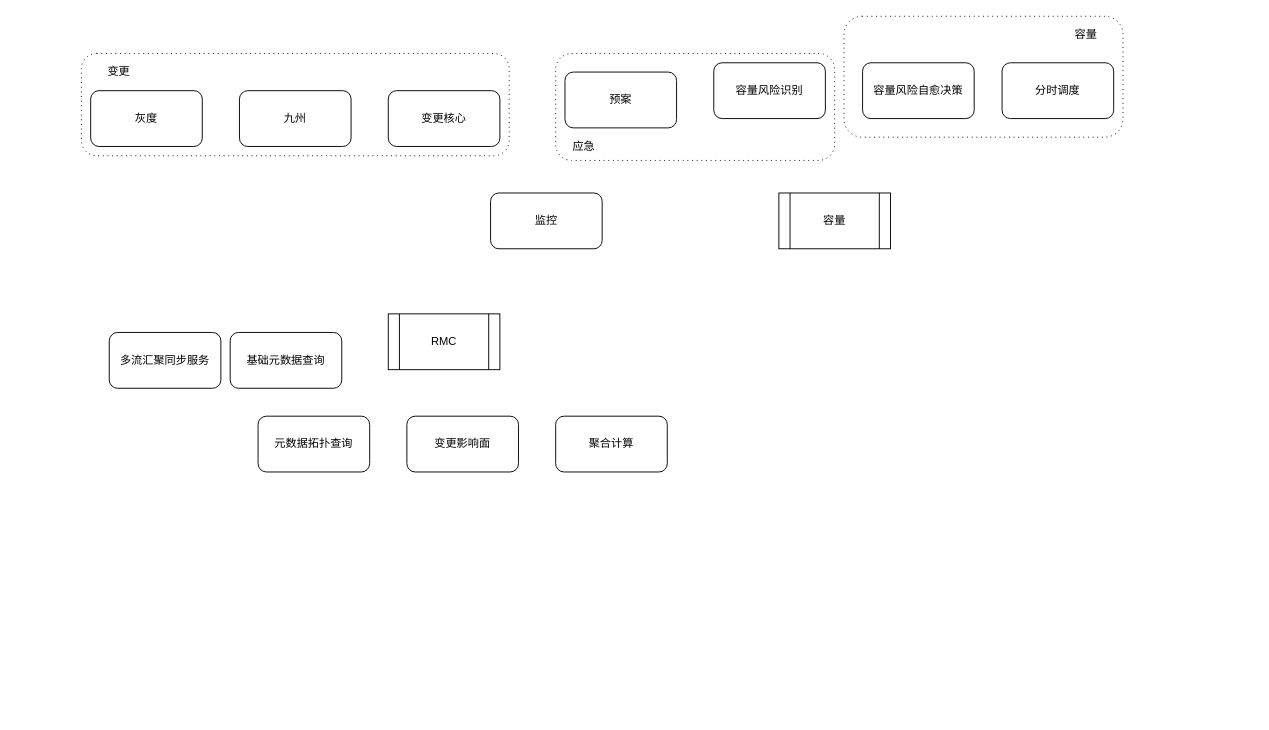
Above: 蚂蚁金服/容量风险识别&RMC业务散点图.drawio in frankneu/draw.io (draw.io), before the change. Source tidied: cells renumbered, new cells numbered last; positions are measured from the earlier drawing's top-left corner, leaving out a move shared by most shapes. Both pictures are drawn from the tidied source at 93%, with x=0, y=0 at pixel (81, 16).
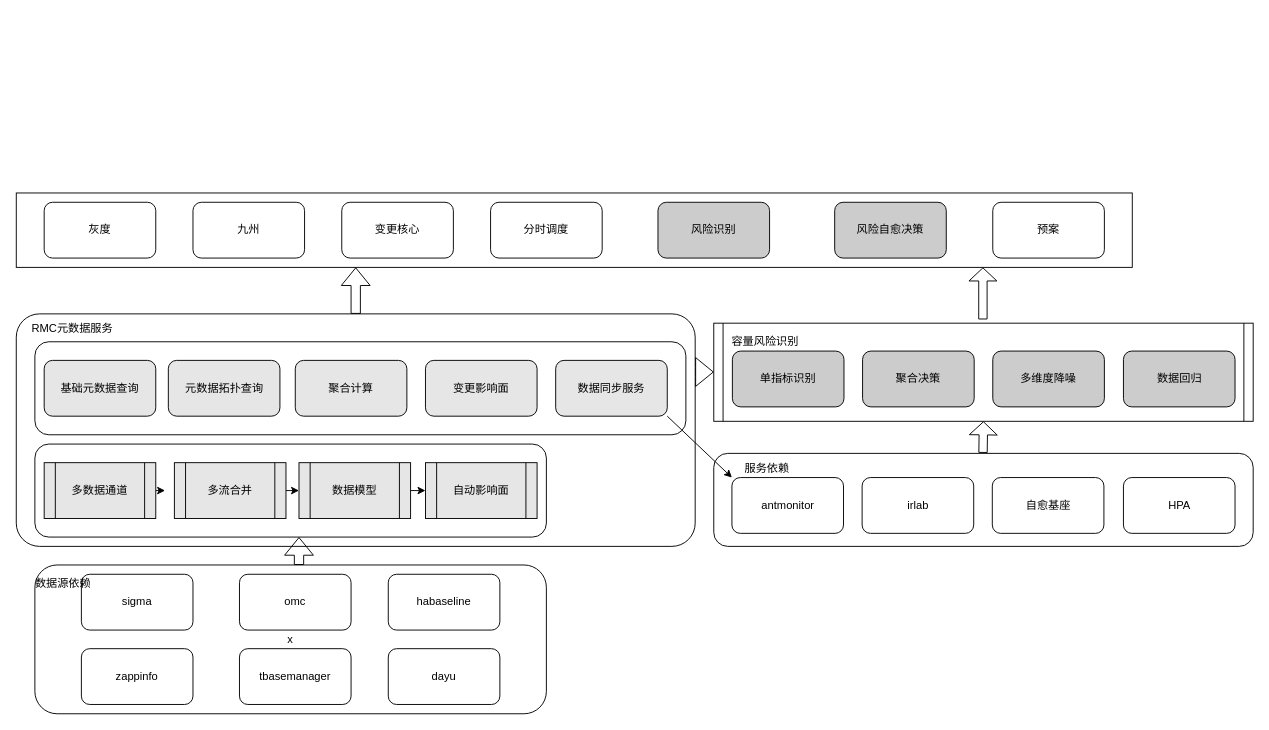
Above is the later version.

Commit message:
Update 容量风险识别&RMC业务散点图.drawio

The edit, as a diff of the source:
```diff
@@
-    <mxCell id="2" style="shape=ext;rounded=1;html=1;whiteSpace=wrap;dashed=1;dashPattern=1 4;fillColor=none;" parent="1" vertex="1">
-      <mxGeometry x="510" y="40" width="300" height="115" as="geometry" />
-    </mxCell>
-    <mxCell id="3" style="shape=ext;rounded=1;html=1;whiteSpace=wrap;dashed=1;dashPattern=1 4;fillColor=none;" parent="1" vertex="1">
-      <mxGeometry x="820" width="300" height="130" as="geometry" />
-    </mxCell>
-    <mxCell id="4" style="shape=ext;rounded=1;html=1;whiteSpace=wrap;dashed=1;dashPattern=1 4;fillColor=none;" parent="1" vertex="1">
-      <mxGeometry y="40" width="460" height="110" as="geometry" />
-    </mxCell>
+    <mxCell id="23" style="rounded=1;whiteSpace=wrap;html=1;fillColor=none;" parent="1" vertex="1">
+      <mxGeometry x="680" y="470" width="580" height="100" as="geometry" />
+    </mxCell>
+    <mxCell id="24" style="rounded=0;whiteSpace=wrap;html=1;fillColor=none;" parent="1" vertex="1">
+      <mxGeometry x="-70" y="190" width="1200" height="80" as="geometry" />
+    </mxCell>
+    <mxCell id="25" style="rounded=1;whiteSpace=wrap;html=1;fillColor=none;" parent="1" vertex="1">
+      <mxGeometry x="-50" y="350" width="700" height="100" as="geometry" />
+    </mxCell>
+    <mxCell id="26" style="rounded=1;whiteSpace=wrap;html=1;fillColor=none;arcSize=10;" parent="1" vertex="1">
+      <mxGeometry x="-70" y="320" width="730" height="250" as="geometry" />
+    </mxCell>
+    <mxCell id="27" style="edgeStyle=none;rounded=0;jettySize=auto;html=1;exitX=1;exitY=0.5;exitDx=0;exitDy=0;entryX=0;entryY=0.5;entryDx=0;entryDy=0;" parent="1" edge="1" source="5" target="38">
+      <mxGeometry relative="1" as="geometry" />
+    </mxCell>
-    <mxCell id="5" value="RMC" style="shape=process;whiteSpace=wrap;html=1;backgroundOutline=1;fillColor=none;" parent="1" vertex="1">
-      <mxGeometry x="330" y="320" width="120" height="60" as="geometry" />
+    <mxCell id="5" value="数据模型" style="shape=process;whiteSpace=wrap;html=1;backgroundOutline=1;fillColor=#E6E6E6;" parent="1" vertex="1">
+      <mxGeometry x="234" y="480" width="120" height="60" as="geometry" />
     </mxCell>
-    <mxCell id="6" value="容量" style="shape=process;whiteSpace=wrap;html=1;backgroundOutline=1;fillColor=none;" parent="1" vertex="1">
-      <mxGeometry x="750" y="190" width="120" height="60" as="geometry" />
-    </mxCell>
-    <mxCell id="7" value="容量风险识别" style="rounded=1;whiteSpace=wrap;html=1;fillColor=none;" parent="1" vertex="1">
-      <mxGeometry x="680" y="50" width="120" height="60" as="geometry" />
+    <mxCell id="7" value="风险识别" style="rounded=1;whiteSpace=wrap;html=1;fillColor=#CCCCCC;" parent="1" vertex="1">
+      <mxGeometry x="620" y="200" width="120" height="60" as="geometry" />
     </mxCell>
-    <mxCell id="8" value="容量风险自愈决策" style="rounded=1;whiteSpace=wrap;html=1;fillColor=none;" parent="1" vertex="1">
-      <mxGeometry x="840" y="50" width="120" height="60" as="geometry" />
+    <mxCell id="8" value="风险自愈决策" style="rounded=1;whiteSpace=wrap;html=1;fillColor=#CCCCCC;" parent="1" vertex="1">
+      <mxGeometry x="810" y="200" width="120" height="60" as="geometry" />
     </mxCell>
     <mxCell id="9" value="九州" style="rounded=1;whiteSpace=wrap;html=1;fillColor=none;" parent="1" vertex="1">
-      <mxGeometry x="170" y="80" width="120" height="60" as="geometry" />
+      <mxGeometry x="120" y="200" width="120" height="60" as="geometry" />
     </mxCell>
     <mxCell id="10" value="变更核心" style="rounded=1;whiteSpace=wrap;html=1;fillColor=none;" parent="1" vertex="1">
-      <mxGeometry x="330" y="80" width="120" height="60" as="geometry" />
+      <mxGeometry x="280" y="200" width="120" height="60" as="geometry" />
     </mxCell>
-    <mxCell id="11" value="元数据拓扑查询" style="rounded=1;whiteSpace=wrap;html=1;fillColor=none;" parent="1" vertex="1">
-      <mxGeometry x="190" y="430" width="120" height="60" as="geometry" />
+    <mxCell id="11" value="元数据拓扑查询" style="rounded=1;whiteSpace=wrap;html=1;fillColor=#E6E6E6;" parent="1" vertex="1">
+      <mxGeometry x="93.5" y="370" width="120" height="60" as="geometry" />
     </mxCell>
     <mxCell id="12" value="灰度" style="rounded=1;whiteSpace=wrap;html=1;fillColor=none;" parent="1" vertex="1">
-      <mxGeometry x="10" y="80" width="120" height="60" as="geometry" />
+      <mxGeometry x="-40" y="200" width="120" height="60" as="geometry" />
     </mxCell>
-    <mxCell id="13" value="监控" style="rounded=1;whiteSpace=wrap;html=1;fillColor=none;" parent="1" vertex="1">
-      <mxGeometry x="440" y="190" width="120" height="60" as="geometry" />
-    </mxCell>
     <mxCell id="14" value="分时调度" style="rounded=1;whiteSpace=wrap;html=1;fillColor=none;" parent="1" vertex="1">
-      <mxGeometry x="990" y="50" width="120" height="60" as="geometry" />
+      <mxGeometry x="440" y="200" width="120" height="60" as="geometry" />
     </mxCell>
     <mxCell id="15" value="预案" style="rounded=1;whiteSpace=wrap;html=1;fillColor=none;" parent="1" vertex="1">
-      <mxGeometry x="520" y="60" width="120" height="60" as="geometry" />
+      <mxGeometry x="980" y="200" width="120" height="60" as="geometry" />
     </mxCell>
-    <mxCell id="16" value="变更影响面" style="rounded=1;whiteSpace=wrap;html=1;fillColor=none;" parent="1" vertex="1">
-      <mxGeometry x="350" y="430" width="120" height="60" as="geometry" />
+    <mxCell id="16" value="变更影响面" style="rounded=1;whiteSpace=wrap;html=1;fillColor=#E6E6E6;" parent="1" vertex="1">
+      <mxGeometry x="370" y="370" width="120" height="60" as="geometry" />
     </mxCell>
+    <mxCell id="28" style="edgeStyle=none;rounded=0;jettySize=auto;html=1;exitX=1;exitY=1;exitDx=0;exitDy=0;entryX=0;entryY=0;entryDx=0;entryDy=0;" parent="1" edge="1" source="17" target="34">
+      <mxGeometry relative="1" as="geometry" />
+    </mxCell>
-    <mxCell id="17" value="多流汇聚同步服务" style="rounded=1;whiteSpace=wrap;html=1;fillColor=none;" parent="1" vertex="1">
-      <mxGeometry x="30" y="340" width="120" height="60" as="geometry" />
+    <mxCell id="17" value="数据同步服务" style="rounded=1;whiteSpace=wrap;html=1;fillColor=#E6E6E6;" parent="1" vertex="1">
+      <mxGeometry x="510" y="370" width="120" height="60" as="geometry" />
     </mxCell>
-    <mxCell id="18" value="聚合计算" style="rounded=1;whiteSpace=wrap;html=1;fillColor=none;" parent="1" vertex="1">
-      <mxGeometry x="510" y="430" width="120" height="60" as="geometry" />
+    <mxCell id="18" value="聚合计算" style="rounded=1;whiteSpace=wrap;html=1;fillColor=#E6E6E6;" parent="1" vertex="1">
+      <mxGeometry x="230" y="370" width="120" height="60" as="geometry" />
     </mxCell>
-    <mxCell id="19" value="基础元数据查询" style="rounded=1;whiteSpace=wrap;html=1;fillColor=none;" parent="1" vertex="1">
-      <mxGeometry x="160" y="340" width="120" height="60" as="geometry" />
+    <mxCell id="19" value="基础元数据查询" style="rounded=1;whiteSpace=wrap;html=1;fillColor=#E6E6E6;" parent="1" vertex="1">
+      <mxGeometry x="-40" y="370" width="120" height="60" as="geometry" />
     </mxCell>
-    <mxCell id="20" value="变更" style="text;html=1;align=center;verticalAlign=middle;fillColor=none;" parent="1" vertex="1">
-      <mxGeometry x="20" y="50" width="40" height="20" as="geometry" />
-    </mxCell>
-    <mxCell id="21" value="应急" style="text;html=1;align=center;verticalAlign=middle;fillColor=none;" parent="1" vertex="1">
-      <mxGeometry x="520" y="130" width="40" height="20" as="geometry" />
-    </mxCell>
-    <mxCell id="22" value="容量" style="text;html=1;align=center;verticalAlign=middle;fillColor=none;" parent="1" vertex="1">
-      <mxGeometry x="1060" y="10" width="40" height="20" as="geometry" />
-    </mxCell>
+    <mxCell id="29" value="sigma" style="rounded=1;whiteSpace=wrap;html=1;fillColor=none;" parent="1" vertex="1">
+      <mxGeometry y="600" width="120" height="60" as="geometry" />
+    </mxCell>
+    <mxCell id="30" value="zappinfo" style="rounded=1;whiteSpace=wrap;html=1;fillColor=none;" parent="1" vertex="1">
+      <mxGeometry y="680" width="120" height="60" as="geometry" />
+    </mxCell>
+    <mxCell id="31" value="dayu" style="rounded=1;whiteSpace=wrap;html=1;fillColor=none;" parent="1" vertex="1">
+      <mxGeometry x="330" y="680" width="120" height="60" as="geometry" />
+    </mxCell>
+    <mxCell id="32" value="omc" style="rounded=1;whiteSpace=wrap;html=1;fillColor=none;" parent="1" vertex="1">
+      <mxGeometry x="170" y="600" width="120" height="60" as="geometry" />
+    </mxCell>
+    <mxCell id="33" value="tbasemanager" style="rounded=1;whiteSpace=wrap;html=1;fillColor=none;" parent="1" vertex="1">
+      <mxGeometry x="170" y="680" width="120" height="60" as="geometry" />
+    </mxCell>
+    <mxCell id="34" value="antmonitor" style="rounded=1;whiteSpace=wrap;html=1;fillColor=none;" parent="1" vertex="1">
+      <mxGeometry x="699.5" y="496" width="120" height="60" as="geometry" />
+    </mxCell>
+    <mxCell id="35" value="habaseline" style="rounded=1;whiteSpace=wrap;html=1;fillColor=none;" parent="1" vertex="1">
+      <mxGeometry x="330" y="600" width="120" height="60" as="geometry" />
+    </mxCell>
+    <mxCell id="36" style="edgeStyle=none;rounded=0;jettySize=auto;html=1;exitX=1;exitY=0.5;exitDx=0;exitDy=0;entryX=0;entryY=0.5;entryDx=0;entryDy=0;" parent="1" edge="1" source="37" target="5">
+      <mxGeometry relative="1" as="geometry" />
+    </mxCell>
+    <mxCell id="37" value="多流合并" style="shape=process;whiteSpace=wrap;html=1;backgroundOutline=1;fillColor=#E6E6E6;" parent="1" vertex="1">
+      <mxGeometry x="100" y="480" width="120" height="60" as="geometry" />
+    </mxCell>
+    <mxCell id="38" value="自动影响面" style="shape=process;whiteSpace=wrap;html=1;backgroundOutline=1;fillColor=#E6E6E6;" parent="1" vertex="1">
+      <mxGeometry x="370" y="480" width="120" height="60" as="geometry" />
+    </mxCell>
+    <mxCell id="39" style="edgeStyle=none;rounded=0;jettySize=auto;html=1;exitX=1;exitY=0.5;exitDx=0;exitDy=0;" parent="1" edge="1" source="40">
+      <mxGeometry relative="1" as="geometry">
+        <mxPoint x="90" y="510" as="targetPoint" />
+      </mxGeometry>
+    </mxCell>
+    <mxCell id="40" value="多数据通道" style="shape=process;whiteSpace=wrap;html=1;backgroundOutline=1;fillColor=#E6E6E6;" parent="1" vertex="1">
+      <mxGeometry x="-40" y="480" width="120" height="60" as="geometry" />
+    </mxCell>
+    <mxCell id="41" value="HPA" style="rounded=1;whiteSpace=wrap;html=1;fillColor=none;" parent="1" vertex="1">
+      <mxGeometry x="1120.5" y="496" width="120" height="60" as="geometry" />
+    </mxCell>
+    <mxCell id="42" value="自愈基座" style="rounded=1;whiteSpace=wrap;html=1;fillColor=none;" parent="1" vertex="1">
+      <mxGeometry x="979.5" y="496" width="120" height="60" as="geometry" />
+    </mxCell>
+    <mxCell id="43" value="x" style="rounded=1;whiteSpace=wrap;html=1;fillColor=none;" parent="1" vertex="1">
+      <mxGeometry x="-50" y="590" width="550" height="160" as="geometry" />
+    </mxCell>
+    <mxCell id="44" style="rounded=1;whiteSpace=wrap;html=1;fillColor=none;" parent="1" vertex="1">
+      <mxGeometry x="-50" y="460" width="550" height="100" as="geometry" />
+    </mxCell>
+    <mxCell id="45" value="irlab" style="rounded=1;whiteSpace=wrap;html=1;fillColor=none;" parent="1" vertex="1">
+      <mxGeometry x="839.5" y="496" width="120" height="60" as="geometry" />
+    </mxCell>
+    <mxCell id="46" value="聚合决策" style="rounded=1;whiteSpace=wrap;html=1;fillColor=#CCCCCC;" parent="1" vertex="1">
+      <mxGeometry x="840" y="360" width="120" height="60" as="geometry" />
+    </mxCell>
+    <mxCell id="47" value="单指标识别" style="rounded=1;whiteSpace=wrap;html=1;fillColor=#CCCCCC;" parent="1" vertex="1">
+      <mxGeometry x="700" y="360" width="120" height="60" as="geometry" />
+    </mxCell>
+    <mxCell id="48" style="shape=flexArrow;endArrow=classic;html=1;exitX=0.5;exitY=0;exitDx=0;exitDy=0;" parent="1" edge="1" source="26">
+      <mxGeometry relative="1" as="geometry">
+        <mxPoint x="295" y="270" as="targetPoint" />
+      </mxGeometry>
+    </mxCell>
+    <mxCell id="49" value="多维度降噪" style="rounded=1;whiteSpace=wrap;html=1;fillColor=#CCCCCC;" parent="1" vertex="1">
+      <mxGeometry x="980" y="360" width="120" height="60" as="geometry" />
+    </mxCell>
+    <mxCell id="50" value="数据回归" style="rounded=1;whiteSpace=wrap;html=1;fillColor=#CCCCCC;" parent="1" vertex="1">
+      <mxGeometry x="1120.5" y="360" width="120" height="60" as="geometry" />
+    </mxCell>
+    <mxCell id="51" style="shape=process;whiteSpace=wrap;html=1;backgroundOutline=1;fillColor=none;size=0.016666666666666666;" parent="1" vertex="1">
+      <mxGeometry x="680" y="330" width="580" height="105.5" as="geometry" />
+    </mxCell>
+    <mxCell id="52" style="shape=flexArrow;endArrow=classic;html=1;" parent="1" edge="1">
+      <mxGeometry relative="1" as="geometry">
+        <mxPoint x="234" y="590" as="sourcePoint" />
+        <mxPoint x="234" y="560" as="targetPoint" />
+      </mxGeometry>
+    </mxCell>
+    <mxCell id="53" value="RMC元数据服务" style="text;html=1;align=center;verticalAlign=middle;" parent="1" vertex="1">
+      <mxGeometry x="-60" y="326" width="100" height="20" as="geometry" />
+    </mxCell>
+    <mxCell id="54" style="shape=flexArrow;endArrow=classic;html=1;exitX=0.5;exitY=0;exitDx=0;exitDy=0;width=9;endSize=4.37;entryX=0.5;entryY=1;entryDx=0;entryDy=0;" parent="1" edge="1" target="51">
+      <mxGeometry relative="1" as="geometry">
+        <mxPoint x="969.5" y="469.5" as="sourcePoint" />
+      </mxGeometry>
+    </mxCell>
+    <mxCell id="55" value="数据源依赖" style="text;html=1;align=center;verticalAlign=middle;" parent="1" vertex="1">
+      <mxGeometry x="-60" y="600" width="80" height="20" as="geometry" />
+    </mxCell>
+    <mxCell id="56" value="服务依赖" style="text;html=1;align=center;verticalAlign=middle;fillColor=none;" parent="1" vertex="1">
+      <mxGeometry x="707" y="476" width="60" height="20" as="geometry" />
+    </mxCell>
+    <mxCell id="57" value="容量风险识别" style="text;html=1;align=center;verticalAlign=middle;" parent="1" vertex="1">
+      <mxGeometry x="690" y="340" width="90" height="20" as="geometry" />
+    </mxCell>
+    <mxCell id="58" style="shape=flexArrow;endArrow=classic;html=1;exitX=1;exitY=0.25;exitDx=0;exitDy=0;" parent="1" edge="1" source="26" target="51">
+      <mxGeometry relative="1" as="geometry" />
+    </mxCell>
+    <mxCell id="59" style="shape=flexArrow;endArrow=classic;html=1;width=9;endSize=4.37;" parent="1" edge="1">
+      <mxGeometry relative="1" as="geometry">
+        <mxPoint x="969.4" y="326" as="sourcePoint" />
+        <mxPoint x="969.4" y="270" as="targetPoint" />
+      </mxGeometry>
+    </mxCell>
```
